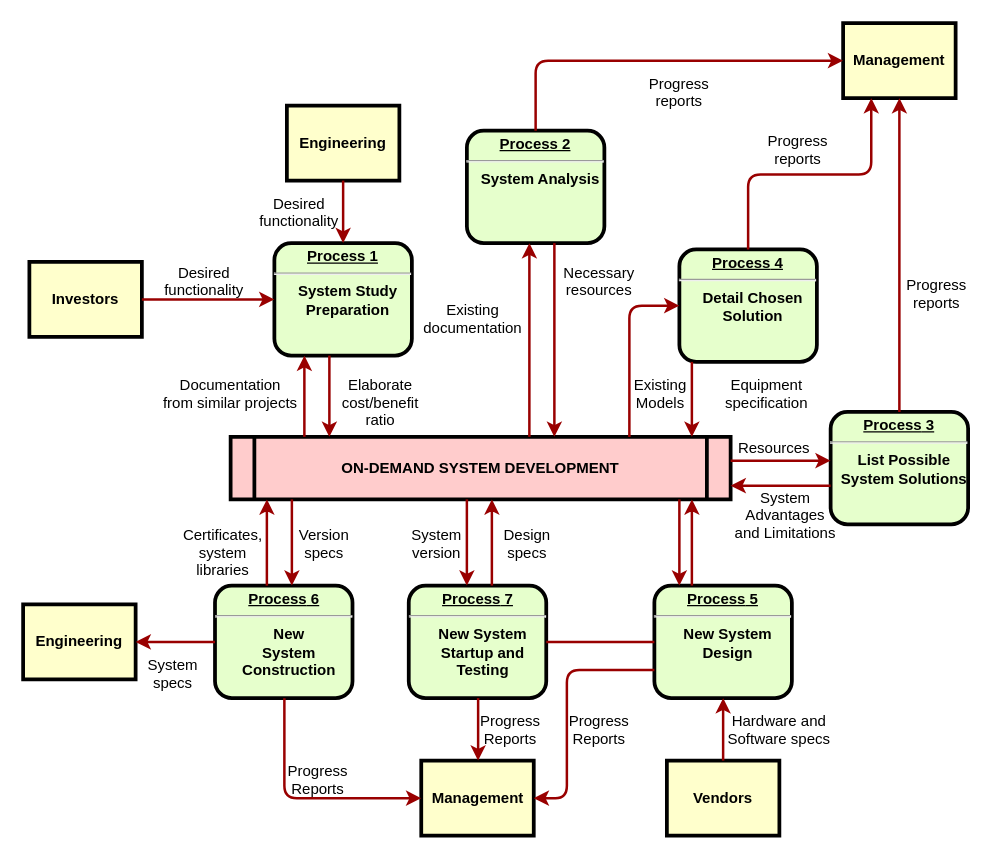
This is 원격펌웨어 업그레이드.drawio from yanggungg/JHMK, a draw.io file, before an edit. Source tidied: cells renumbered, new cells numbered last; positions are measured from the earlier drawing's top-left corner, leaving out a move shared by most shapes. Both pictures are drawn from the tidied source at 125%, with x=0, y=0 at pixel (22, 22).
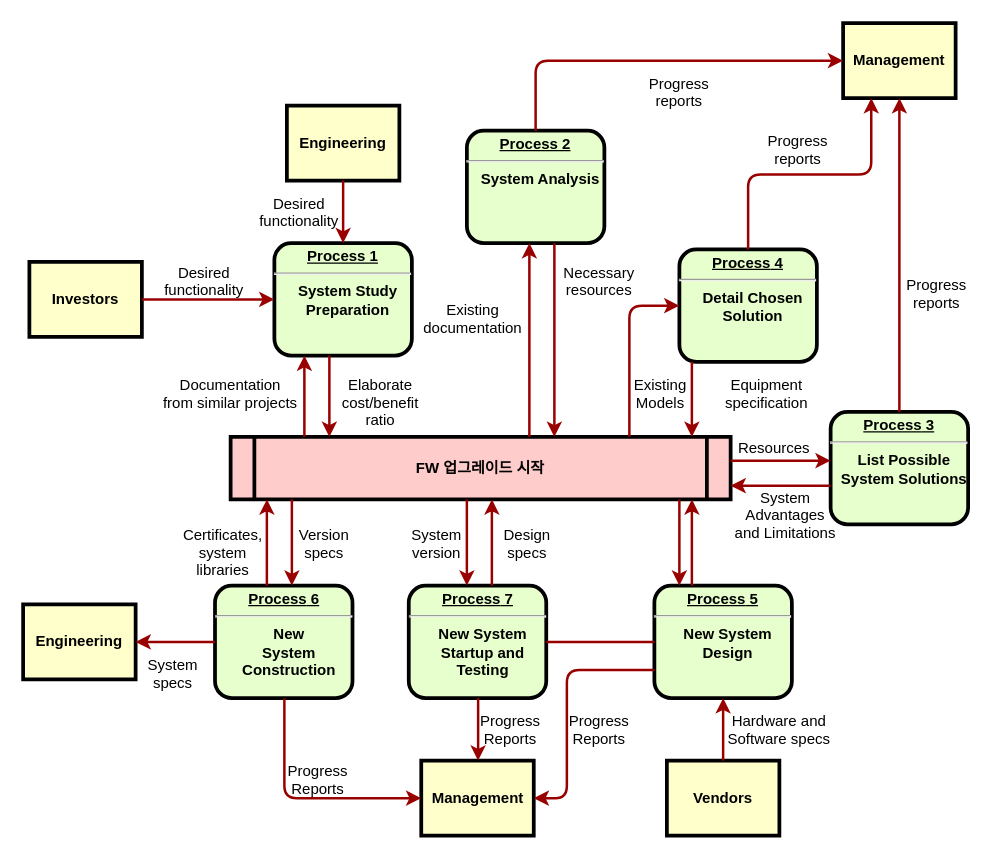
The same page after the edit.

Commit message:
원격펌웨어 업그레이드.drawio 업데이트

The edit, as a diff of the source:
```diff
@@
-    <mxCell id="5" value="ON-DEMAND SYSTEM DEVELOPMENT" style="shape=process;whiteSpace=wrap;align=center;verticalAlign=middle;size=0.0475;fontStyle=1;strokeWidth=3;fillColor=#FFCCCC;" parent="1" vertex="1">
+    <mxCell id="5" value="FW 업그레이드 시작" style="shape=process;whiteSpace=wrap;align=center;verticalAlign=middle;size=0.0475;fontStyle=1;strokeWidth=3;fillColor=#FFCCCC;" parent="1" vertex="1">
       <mxGeometry x="166" y="331" width="400" height="50" as="geometry" />
     </mxCell>
```
